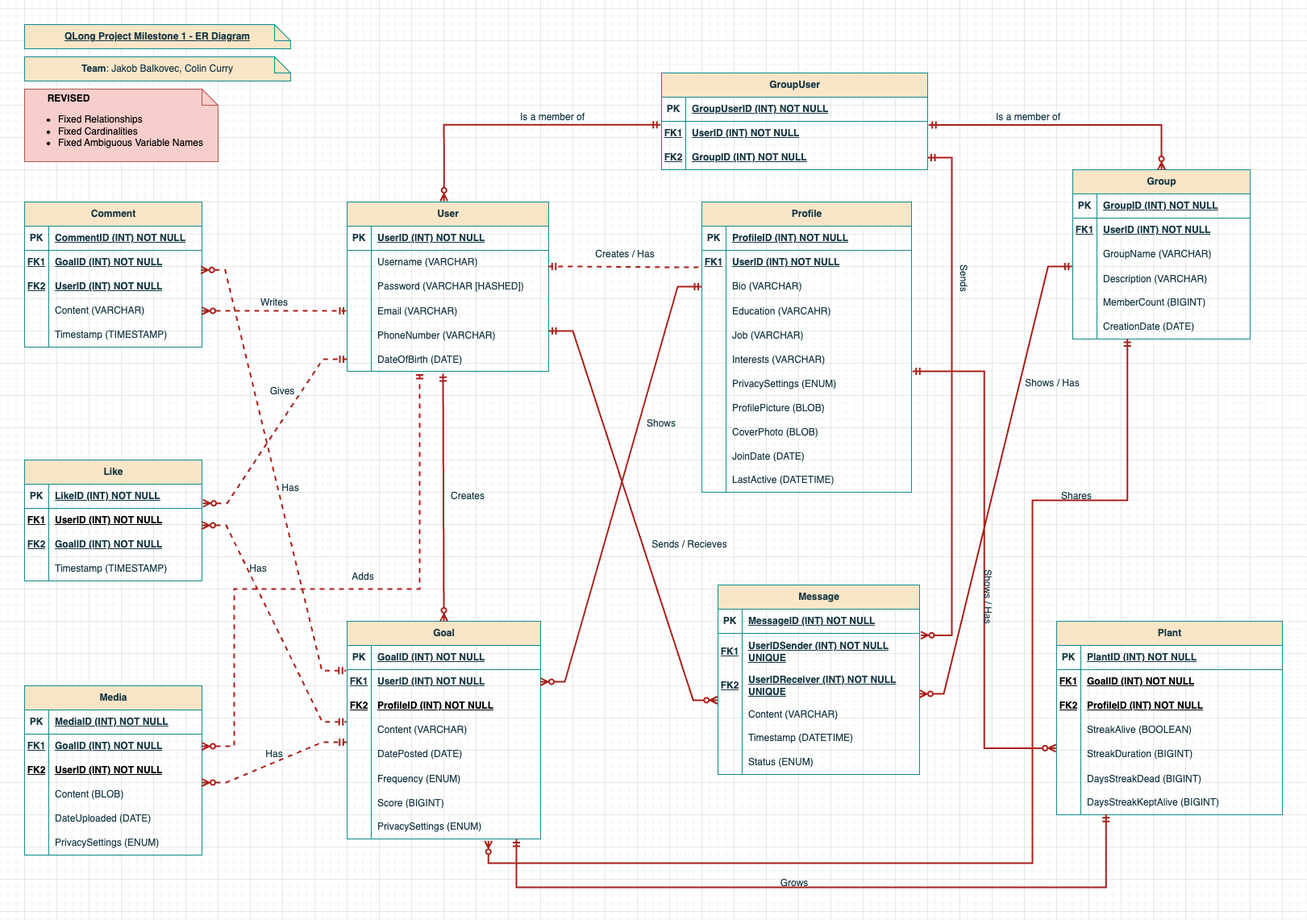
Earlier version of the draw.io export ERdiagram/project_milestone1_erd.png (j-balkovec/CPSC3300). Source tidied: cells renumbered, new cells last; positions are measured from the earlier drawing's top-left corner, leaving out a move shared by most shapes.
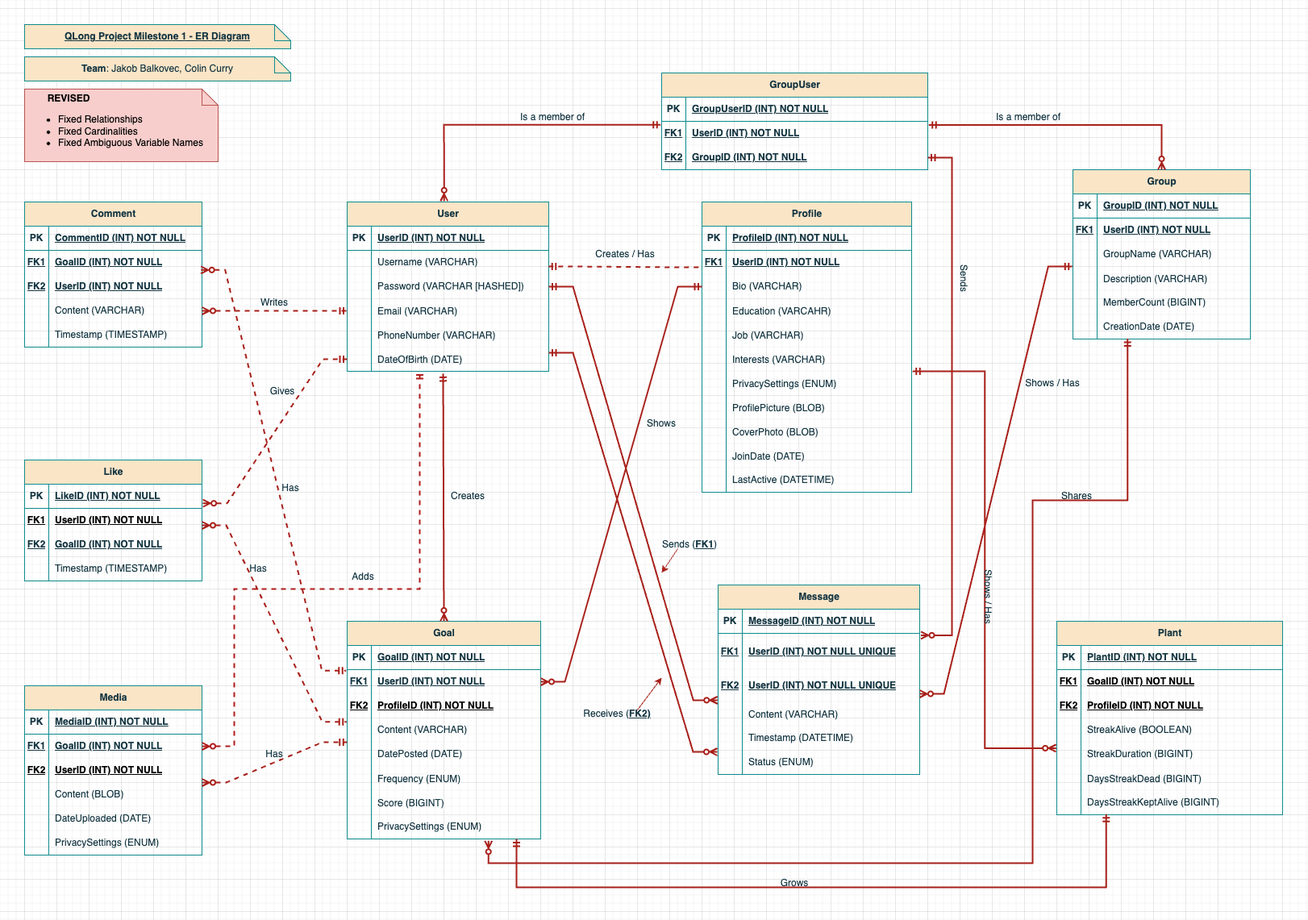
Later version of the same file.

The edit, as a diff of the source:
```diff
@@ -140,7 +140,7 @@
     <mxCell id="47" value="&lt;b&gt;&lt;u&gt;FK1&lt;/u&gt;&lt;/b&gt;" style="shape=partialRectangle;fillColor=none;top=0;left=0;bottom=0;right=0;fontStyle=0;overflow=hidden;whiteSpace=wrap;html=1;strokeColor=#0F8B8D;fontColor=#143642;" parent="46" vertex="1">
       <mxGeometry width="30" height="45" as="geometry" />
     </mxCell>
-    <mxCell id="48" value="&lt;b&gt;&lt;u&gt;UserIDSender (INT) NOT NULL UNIQUE&lt;/u&gt;&lt;/b&gt;" style="shape=partialRectangle;fillColor=none;top=0;left=0;bottom=0;right=0;align=left;spacingLeft=6;fontStyle=0;overflow=hidden;whiteSpace=wrap;html=1;strokeColor=#0F8B8D;fontColor=#143642;" parent="46" vertex="1">
+    <mxCell id="48" value="&lt;b&gt;&lt;u&gt;UserID (INT) NOT NULL UNIQUE&lt;/u&gt;&lt;/b&gt;" style="shape=partialRectangle;fillColor=none;top=0;left=0;bottom=0;right=0;align=left;spacingLeft=6;fontStyle=0;overflow=hidden;whiteSpace=wrap;html=1;strokeColor=#0F8B8D;fontColor=#143642;" parent="46" vertex="1">
       <mxGeometry x="30" width="220" height="45" as="geometry" />
     </mxCell>
     <mxCell id="49" style="shape=tableRow;horizontal=0;startSize=0;swimlaneHead=0;swimlaneBody=0;fillColor=none;top=0;left=0;right=0;bottom=0;strokeColor=#0F8B8D;fontColor=#143642;" parent="42" vertex="1">
@@ -149,7 +149,7 @@
     <mxCell id="50" value="&lt;b&gt;&lt;u&gt;FK2&lt;/u&gt;&lt;/b&gt;" style="shape=partialRectangle;fillColor=none;top=0;left=0;bottom=0;right=0;fontStyle=0;overflow=hidden;whiteSpace=wrap;html=1;strokeColor=#0F8B8D;fontColor=#143642;" parent="49" vertex="1">
       <mxGeometry width="30" height="40" as="geometry" />
     </mxCell>
-    <mxCell id="51" value="&lt;b&gt;&lt;u&gt;UserIDReceiver (INT) NOT NULL UNIQUE&lt;/u&gt;&lt;/b&gt;" style="shape=partialRectangle;fillColor=none;top=0;left=0;bottom=0;right=0;align=left;spacingLeft=6;fontStyle=0;overflow=hidden;whiteSpace=wrap;html=1;strokeColor=#0F8B8D;fontColor=#143642;" parent="49" vertex="1">
+    <mxCell id="51" value="&lt;b&gt;&lt;u&gt;UserID (INT) NOT NULL UNIQUE&lt;/u&gt;&lt;/b&gt;" style="shape=partialRectangle;fillColor=none;top=0;left=0;bottom=0;right=0;align=left;spacingLeft=6;fontStyle=0;overflow=hidden;whiteSpace=wrap;html=1;strokeColor=#0F8B8D;fontColor=#143642;" parent="49" vertex="1">
       <mxGeometry x="30" width="220" height="40" as="geometry" />
     </mxCell>
     <mxCell id="52" style="shape=tableRow;horizontal=0;startSize=0;swimlaneHead=0;swimlaneBody=0;fillColor=none;points=[[0,0.5],[1,0.5]];portConstraint=eastwest;top=0;left=0;right=0;bottom=0;strokeColor=#0F8B8D;fontColor=#143642;labelBackgroundColor=none;" parent="42" vertex="1">
@@ -517,10 +517,8 @@
         <mxPoint x="220" y="621" as="sourcePoint" />
       </mxGeometry>
     </mxCell>
-    <mxCell id="172" style="edgeStyle=entityRelationEdgeStyle;fontSize=12;html=1;endArrow=ERzeroToMany;startArrow=ERmandOne;rounded=0;entryX=-0.003;entryY=-0.07;entryDx=0;entryDy=0;entryPerimeter=0;strokeWidth=2;startFill=0;endFill=0;labelBackgroundColor=none;strokeColor=#A8201A;fontColor=default;" parent="1" edge="1" target="52">
-      <mxGeometry relative="1" as="geometry">
-        <mxPoint x="650" y="380" as="sourcePoint" />
-      </mxGeometry>
+    <mxCell id="172" style="edgeStyle=entityRelationEdgeStyle;fontSize=12;html=1;endArrow=ERzeroToMany;startArrow=ERmandOne;rounded=0;entryX=-0.003;entryY=-0.07;entryDx=0;entryDy=0;entryPerimeter=0;strokeWidth=2;startFill=0;endFill=0;labelBackgroundColor=none;strokeColor=#A8201A;fontColor=default;exitX=1;exitY=0.5;exitDx=0;exitDy=0;" parent="1" edge="1" source="11" target="52">
+      <mxGeometry relative="1" as="geometry" />
     </mxCell>
     <mxCell id="173" style="edgeStyle=entityRelationEdgeStyle;fontSize=12;html=1;endArrow=ERmandOne;startArrow=ERzeroToMany;rounded=0;entryX=-0.001;entryY=0.996;entryDx=0;entryDy=0;entryPerimeter=0;strokeWidth=2;labelBackgroundColor=none;strokeColor=#A8201A;fontColor=default;endFill=0;startFill=0;dashed=1;" parent="1" edge="1" target="106">
       <mxGeometry relative="1" as="geometry">
@@ -688,7 +686,7 @@
     <mxCell id="220" value="Creates" style="text;html=1;strokeColor=none;fillColor=none;align=center;verticalAlign=middle;whiteSpace=wrap;rounded=0;fontColor=#143642;rotation=0;" parent="1" vertex="1">
       <mxGeometry x="520" y="570" width="60" height="30" as="geometry" />
     </mxCell>
-    <mxCell id="221" value="Sends / Recieves" style="text;html=1;strokeColor=none;fillColor=none;align=center;verticalAlign=middle;whiteSpace=wrap;rounded=0;fontColor=#143642;rotation=0;" parent="1" vertex="1">
+    <mxCell id="221" value="Sends (&lt;b&gt;&lt;u&gt;FK1&lt;/u&gt;&lt;/b&gt;)" style="text;html=1;strokeColor=none;fillColor=none;align=center;verticalAlign=middle;whiteSpace=wrap;rounded=0;fontColor=#143642;rotation=0;" parent="1" vertex="1">
       <mxGeometry x="760" y="630" width="130" height="30" as="geometry" />
     </mxCell>
     <mxCell id="222" value="Shows" style="text;html=1;strokeColor=none;fillColor=none;align=center;verticalAlign=middle;whiteSpace=wrap;rounded=0;fontColor=#143642;rotation=0;" parent="1" vertex="1">
@@ -736,5 +734,25 @@
     <mxCell id="234" value="&lt;div style=&quot;&quot;&gt;&lt;b&gt;&lt;span style=&quot;white-space: pre;&quot;&gt;&#9;&lt;/span&gt;REVISED&lt;/b&gt;&lt;/div&gt;&lt;div style=&quot;&quot;&gt;&lt;ul&gt;&lt;li&gt;&lt;span style=&quot;background-color: initial;&quot;&gt;Fixed Relationships&lt;/span&gt;&lt;/li&gt;&lt;li&gt;&lt;span style=&quot;background-color: initial;&quot;&gt;Fixed Cardinalities&lt;/span&gt;&lt;/li&gt;&lt;li&gt;&lt;span style=&quot;background-color: initial;&quot;&gt;Fixed Ambiguous Variable Names&lt;/span&gt;&lt;/li&gt;&lt;/ul&gt;&lt;/div&gt;" style="shape=note;size=20;whiteSpace=wrap;html=1;fillColor=#f8cecc;strokeColor=#b85450;align=left;" parent="1" vertex="1">
       <mxGeometry y="80" width="240" height="90" as="geometry" />
     </mxCell>
+    <mxCell id="235" style="edgeStyle=entityRelationEdgeStyle;fontSize=12;html=1;endArrow=ERzeroToMany;startArrow=ERmandOne;rounded=0;entryX=-0.004;entryY=0.067;entryDx=0;entryDy=0;entryPerimeter=0;strokeWidth=2;startFill=0;endFill=0;labelBackgroundColor=none;strokeColor=#A8201A;fontColor=default;exitX=1;exitY=0.5;exitDx=0;exitDy=0;" parent="1" edge="1" target="58">
+      <mxGeometry relative="1" as="geometry">
+        <mxPoint x="650" y="407" as="sourcePoint" />
+      </mxGeometry>
+    </mxCell>
+    <mxCell id="236" style="endArrow=classic;html=1;rounded=0;strokeColor=#a8201a;" parent="1" edge="1">
+      <mxGeometry relative="1" as="geometry">
+        <mxPoint x="810" y="650" as="sourcePoint" />
+        <mxPoint x="790" y="680" as="targetPoint" />
+      </mxGeometry>
+    </mxCell>
+    <mxCell id="237" style="endArrow=classic;html=1;rounded=0;strokeColor=#a8201a;" parent="1" edge="1">
+      <mxGeometry relative="1" as="geometry">
+        <mxPoint x="760" y="850" as="sourcePoint" />
+        <mxPoint x="790" y="810" as="targetPoint" />
+      </mxGeometry>
+    </mxCell>
+    <mxCell id="238" value="Receives (&lt;b style=&quot;border-color: var(--border-color);&quot;&gt;&lt;u style=&quot;border-color: var(--border-color);&quot;&gt;FK2)&lt;/u&gt;&lt;/b&gt;" style="text;html=1;strokeColor=none;fillColor=none;align=center;verticalAlign=middle;whiteSpace=wrap;rounded=0;fontColor=#143642;rotation=0;" parent="1" vertex="1">
+      <mxGeometry x="670" y="840" width="130" height="30" as="geometry" />
+    </mxCell>
   </root>
 </mxGraphModel>
```
